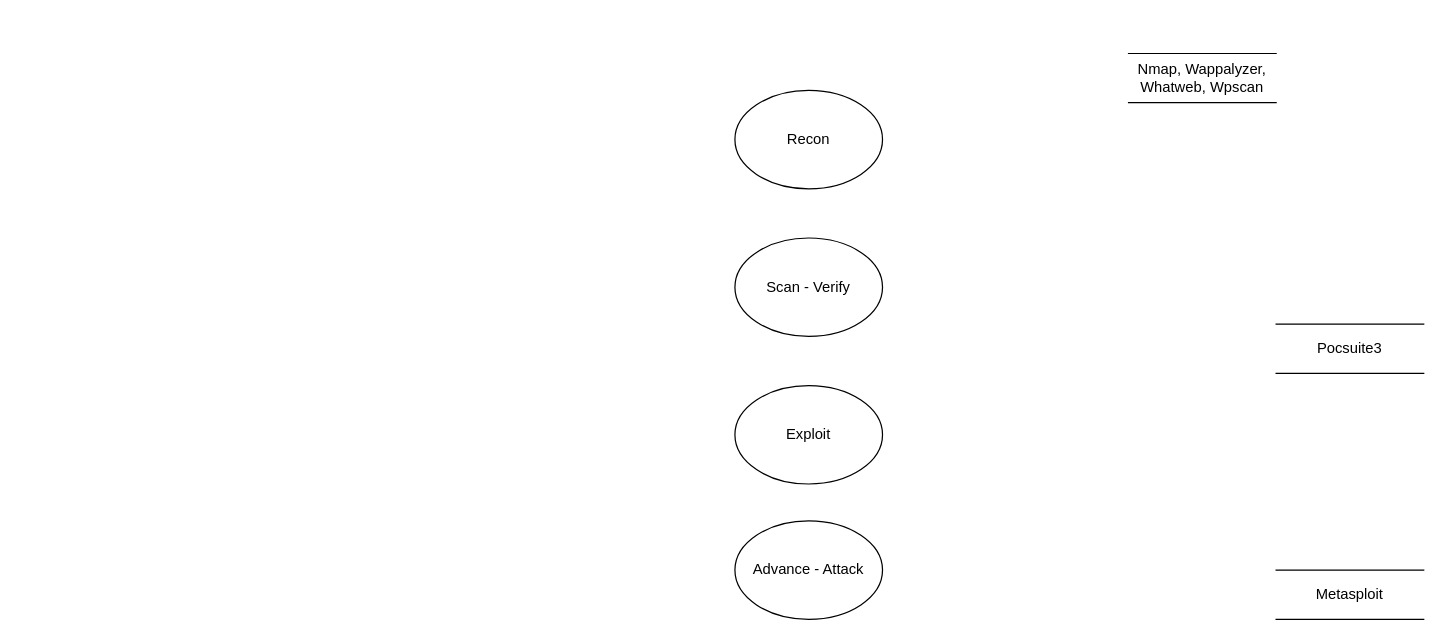
Before: Python/Sơ đồ chức năng.drawio in TranKuBao/Try_hard_Code, a draw.io diagram. Source tidied: cells renumbered, new cells numbered last; positions are measured from the earlier drawing's top-left corner, leaving out a move shared by most shapes. Both pictures are drawn from the tidied source at 123%, with x=0, y=0 at pixel (734, 53).
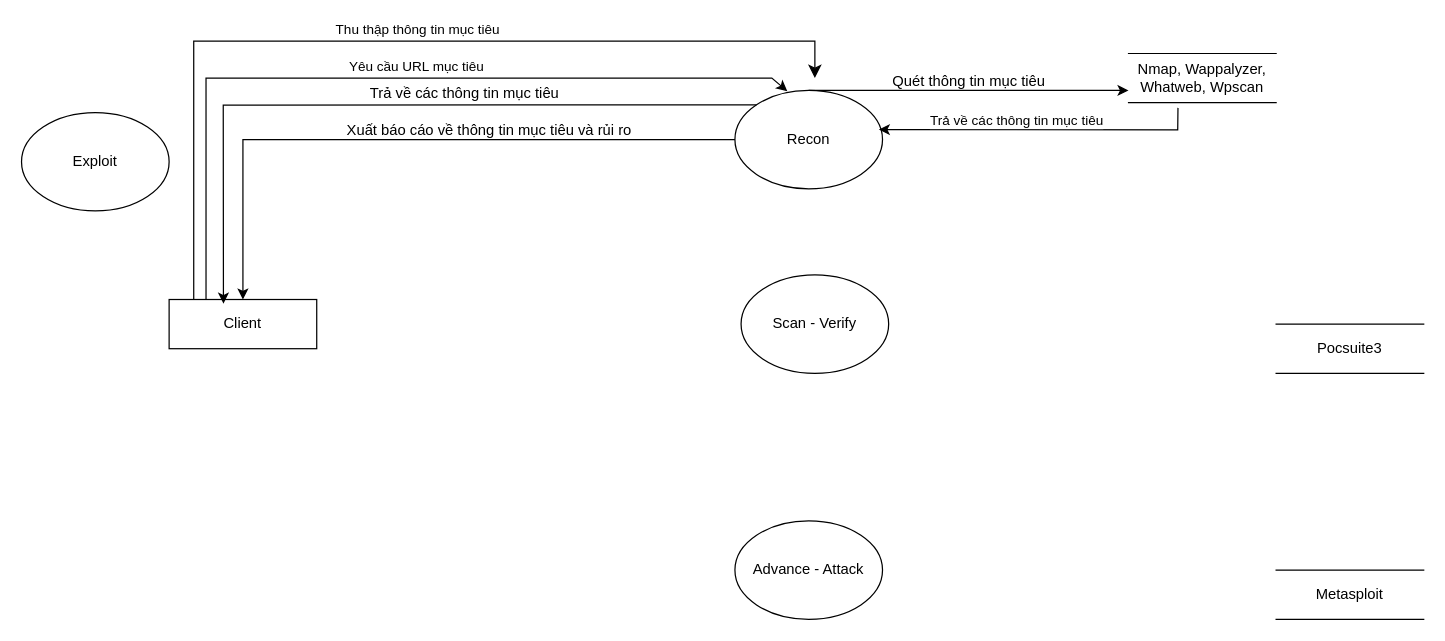
The same page after the edit.

Unchanged cells that the change refers to:
```xml
<mxCell id="2" value="Recon" style="ellipse;whiteSpace=wrap;html=1;" parent="1" vertex="1">
  <mxGeometry y="30" width="120" height="80" as="geometry" />
</mxCell>
<mxCell id="6" value="Nmap, Wappalyzer,&lt;div&gt;Whatweb, Wpscan&lt;/div&gt;" style="shape=partialRectangle;whiteSpace=wrap;html=1;left=0;right=0;fillColor=none;" parent="1" vertex="1">
  <mxGeometry x="320" width="120" height="40" as="geometry" />
</mxCell>
```

What changed in the source:
```diff
@@
     <mxCell id="3" value="Scan - Verify" style="ellipse;whiteSpace=wrap;html=1;" parent="1" vertex="1">
-      <mxGeometry y="150" width="120" height="80" as="geometry" />
+      <mxGeometry x="5" y="180" width="120" height="80" as="geometry" />
     </mxCell>
     <mxCell id="4" value="Exploit" style="ellipse;whiteSpace=wrap;html=1;" parent="1" vertex="1">
-      <mxGeometry y="270" width="120" height="80" as="geometry" />
+      <mxGeometry x="-580" y="48" width="120" height="80" as="geometry" />
     </mxCell>
@@
+    <mxCell id="9" value="Client" style="rounded=0;whiteSpace=wrap;html=1;" parent="1" vertex="1">
+      <mxGeometry x="-460" y="200" width="120" height="40" as="geometry" />
+    </mxCell>
+    <mxCell id="10" style="edgeStyle=segmentEdgeStyle;endArrow=classic;html=1;curved=0;rounded=0;endSize=8;startSize=8;exitX=0.5;exitY=0;exitDx=0;exitDy=0;entryX=0.5;entryY=0;entryDx=0;entryDy=0;" parent="1" edge="1" source="9">
+      <mxGeometry relative="1" as="geometry">
+        <mxPoint x="65" y="20" as="targetPoint" />
+        <Array as="points">
+          <mxPoint x="-440" y="200" />
+          <mxPoint x="-440" y="-10" />
+          <mxPoint x="65" y="-10" />
+        </Array>
+      </mxGeometry>
+    </mxCell>
+    <mxCell id="11" value="Thu thập thông tin mục tiêu" style="edgeLabel;html=1;align=center;verticalAlign=middle;" parent="10" vertex="1">
+      <mxGeometry x="0.05" y="-1" relative="1" as="geometry">
+        <mxPoint x="19" y="-11" as="offset" />
+      </mxGeometry>
+    </mxCell>
+    <mxCell id="12" style="endArrow=classic;html=1;rounded=0;exitX=0.25;exitY=0;exitDx=0;exitDy=0;entryX=0.355;entryY=0.008;entryDx=0;entryDy=0;entryPerimeter=0;" parent="1" edge="1" source="9" target="2">
+      <mxGeometry relative="1" as="geometry">
+        <Array as="points">
+          <mxPoint x="-430" y="20" />
+          <mxPoint x="30" y="20" />
+        </Array>
+      </mxGeometry>
+    </mxCell>
+    <mxCell id="13" value="Yêu cầu URL mục tiêu" style="edgeLabel;html=1;align=center;verticalAlign=middle;" parent="12" vertex="1">
+      <mxGeometry x="0.1" y="3" relative="1" as="geometry">
+        <mxPoint x="-11" y="-7" as="offset" />
+      </mxGeometry>
+    </mxCell>
+    <mxCell id="14" style="endArrow=classic;html=1;rounded=0;exitX=0.5;exitY=0;exitDx=0;exitDy=0;entryX=0;entryY=0.75;entryDx=0;entryDy=0;" parent="1" edge="1" source="2" target="6">
+      <mxGeometry relative="1" as="geometry" />
+    </mxCell>
+    <mxCell id="15" value="Quét thông tin mục tiêu" style="text;html=1;align=center;verticalAlign=middle;strokeColor=none;fillColor=none;" parent="1" vertex="1">
+      <mxGeometry x="115" y="8" width="150" height="30" as="geometry" />
+    </mxCell>
+    <mxCell id="16" style="endArrow=classic;html=1;rounded=0;entryX=0.975;entryY=0.398;entryDx=0;entryDy=0;entryPerimeter=0;exitX=0.335;exitY=1.105;exitDx=0;exitDy=0;exitPerimeter=0;" parent="1" edge="1" source="6" target="2">
+      <mxGeometry relative="1" as="geometry">
+        <Array as="points">
+          <mxPoint x="360" y="62" />
+        </Array>
+      </mxGeometry>
+    </mxCell>
+    <mxCell id="17" value="Trả về các thông tin mục tiêu" style="edgeLabel;html=1;align=center;verticalAlign=middle;" parent="16" vertex="1">
+      <mxGeometry x="0.14" y="-7" relative="1" as="geometry" />
+    </mxCell>
+    <mxCell id="18" style="endArrow=classic;html=1;rounded=0;entryX=0.368;entryY=0.085;entryDx=0;entryDy=0;entryPerimeter=0;exitX=0;exitY=0;exitDx=0;exitDy=0;" parent="1" edge="1" source="2" target="9">
+      <mxGeometry relative="1" as="geometry">
+        <Array as="points">
+          <mxPoint x="-416" y="42" />
+        </Array>
+      </mxGeometry>
+    </mxCell>
+    <mxCell id="19" value="Trả về các thông tin mục tiêu" style="text;html=1;align=center;verticalAlign=middle;strokeColor=none;fillColor=none;" parent="1" vertex="1">
+      <mxGeometry x="-310" y="18" width="180" height="30" as="geometry" />
+    </mxCell>
+    <mxCell id="20" style="endArrow=classic;html=1;rounded=0;entryX=0.5;entryY=0;entryDx=0;entryDy=0;exitX=0;exitY=0.5;exitDx=0;exitDy=0;" parent="1" edge="1" source="2" target="9">
+      <mxGeometry relative="1" as="geometry">
+        <Array as="points">
+          <mxPoint x="-400" y="70" />
+        </Array>
+      </mxGeometry>
+    </mxCell>
+    <mxCell id="21" value="Xuất báo cáo về thông tin mục tiêu và rủi ro" style="text;html=1;align=center;verticalAlign=middle;strokeColor=none;fillColor=none;" parent="1" vertex="1">
+      <mxGeometry x="-325" y="48" width="250" height="30" as="geometry" />
+    </mxCell>
```
